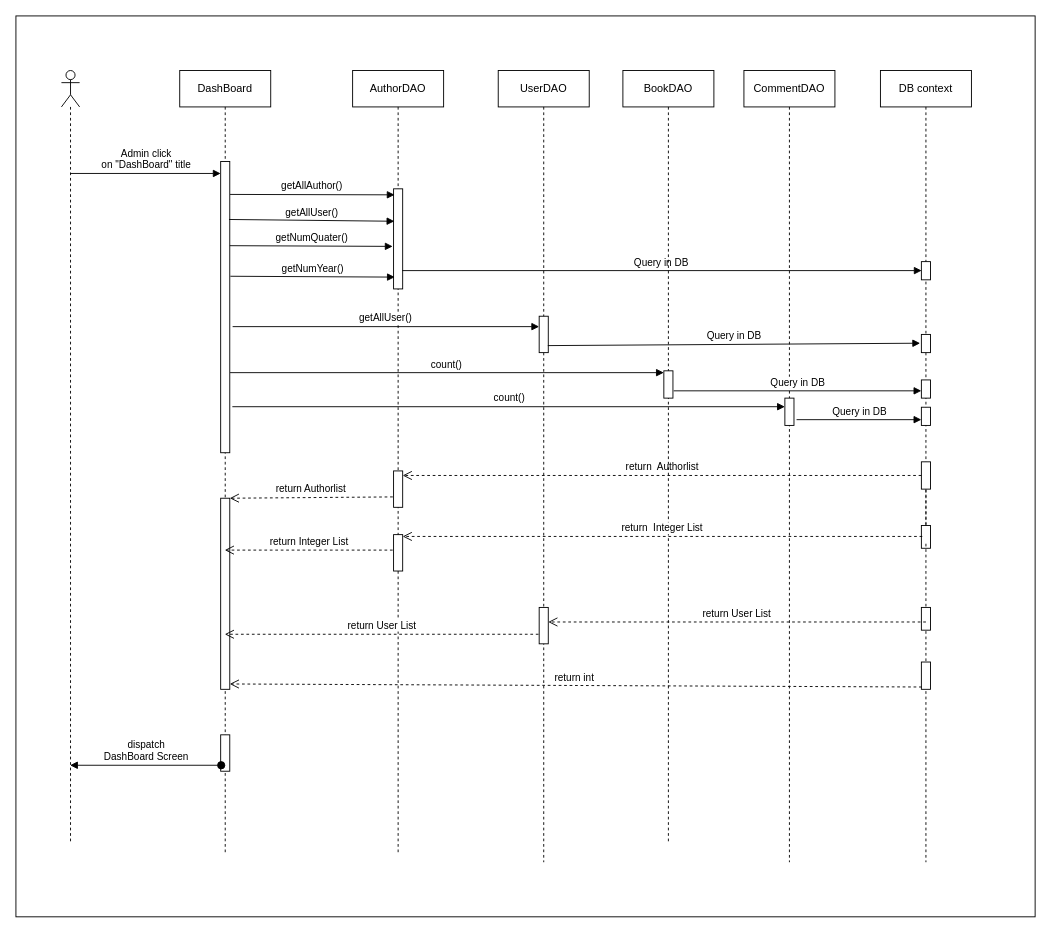
Before: page "Trang-8" (8 of 8) of te3.drawio in baspdd/desktop-tutorial, a draw.io diagram. Source tidied: cells renumbered, new cells numbered last; positions are measured from the earlier drawing's top-left corner, leaving out a move shared by most shapes. Both pictures are drawn from the tidied source at 91%, with x=0, y=0 at pixel (15, 15).
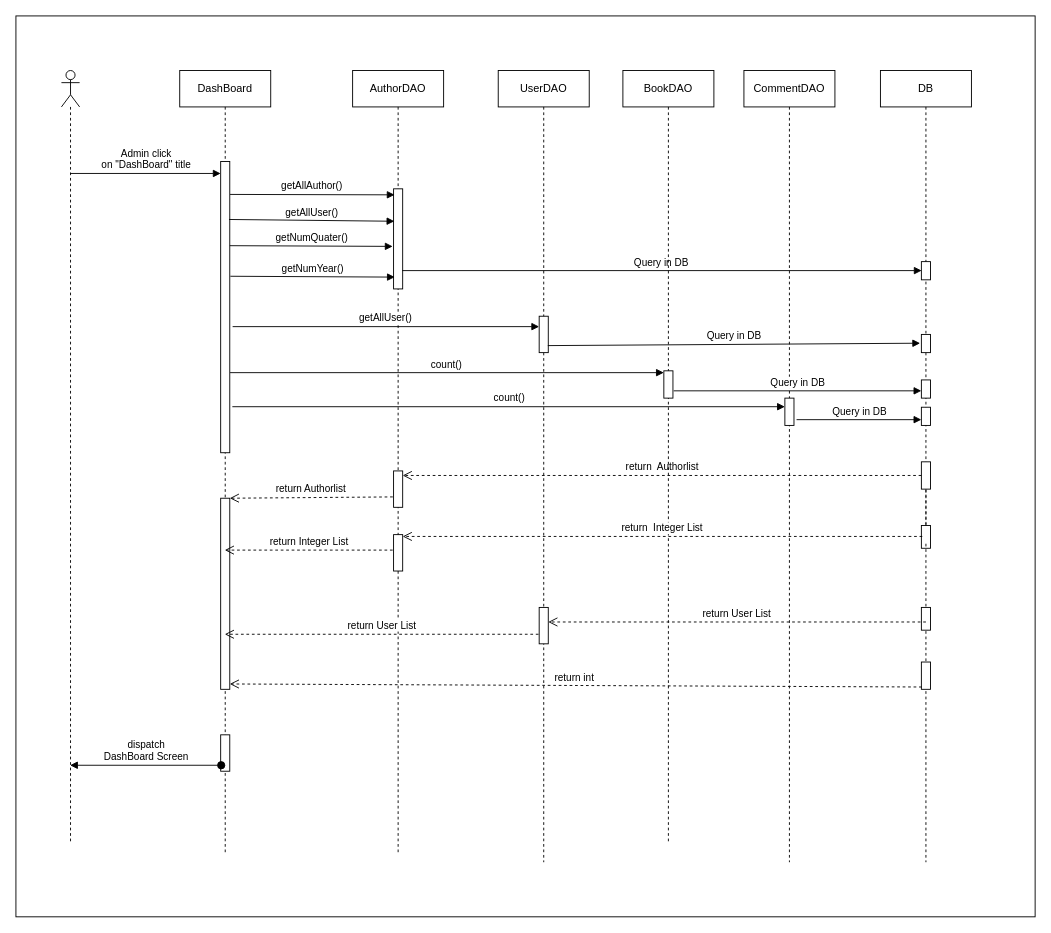
Above is the later version.

Diff of the diagram source:
```diff
@@
-    <mxCell id="12" value="DB context" style="shape=umlLifeline;perimeter=lifelinePerimeter;whiteSpace=wrap;html=1;" parent="1" vertex="1">
+    <mxCell id="12" value="DB" style="shape=umlLifeline;perimeter=lifelinePerimeter;whiteSpace=wrap;html=1;" parent="1" vertex="1">
       <mxGeometry x="950" y="60" width="100" height="870" as="geometry" />
     </mxCell>
```
